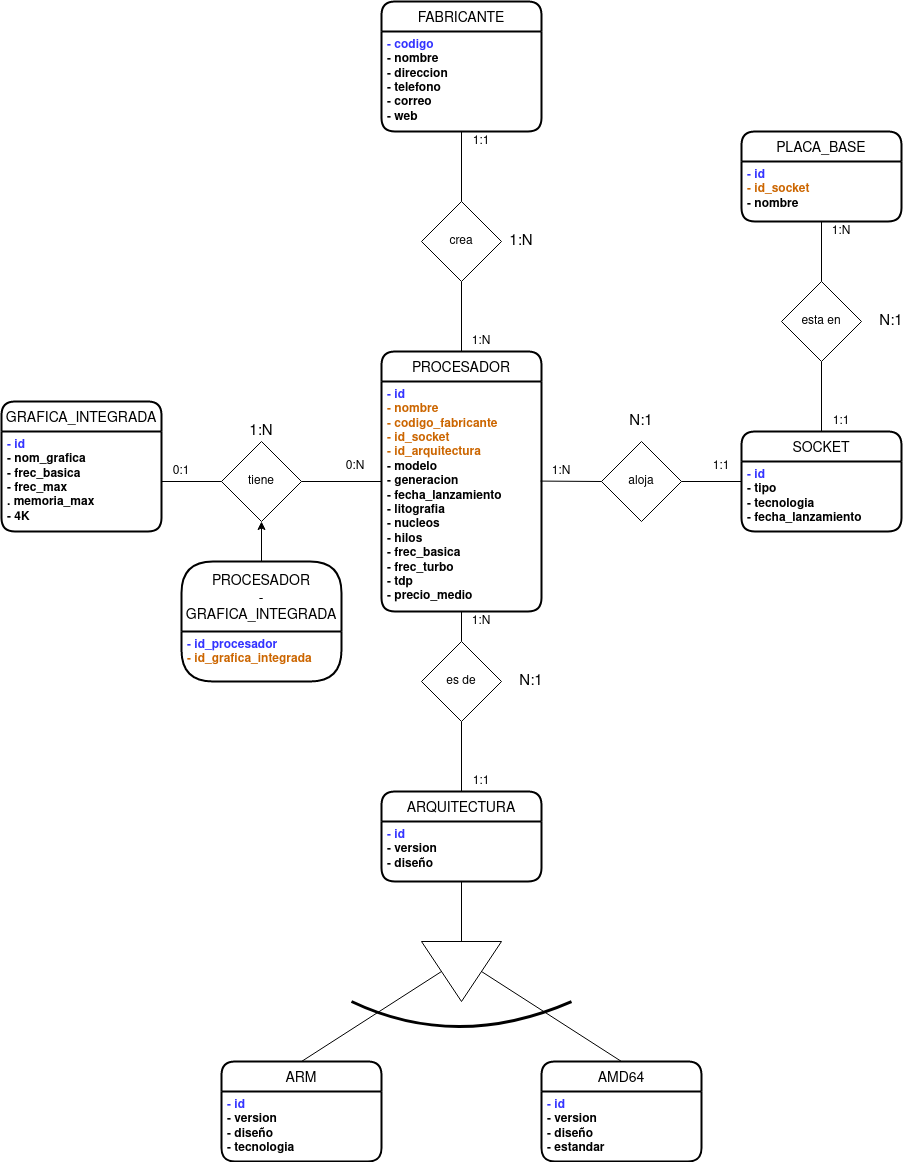
Before: images/paso a tablas.png, a diagram exported from draw.io (Alejandro1901/ProcesadoresDB). Source tidied: cells renumbered, new cells last; positions are measured from the earlier drawing's top-left corner, leaving out a move shared by most shapes.
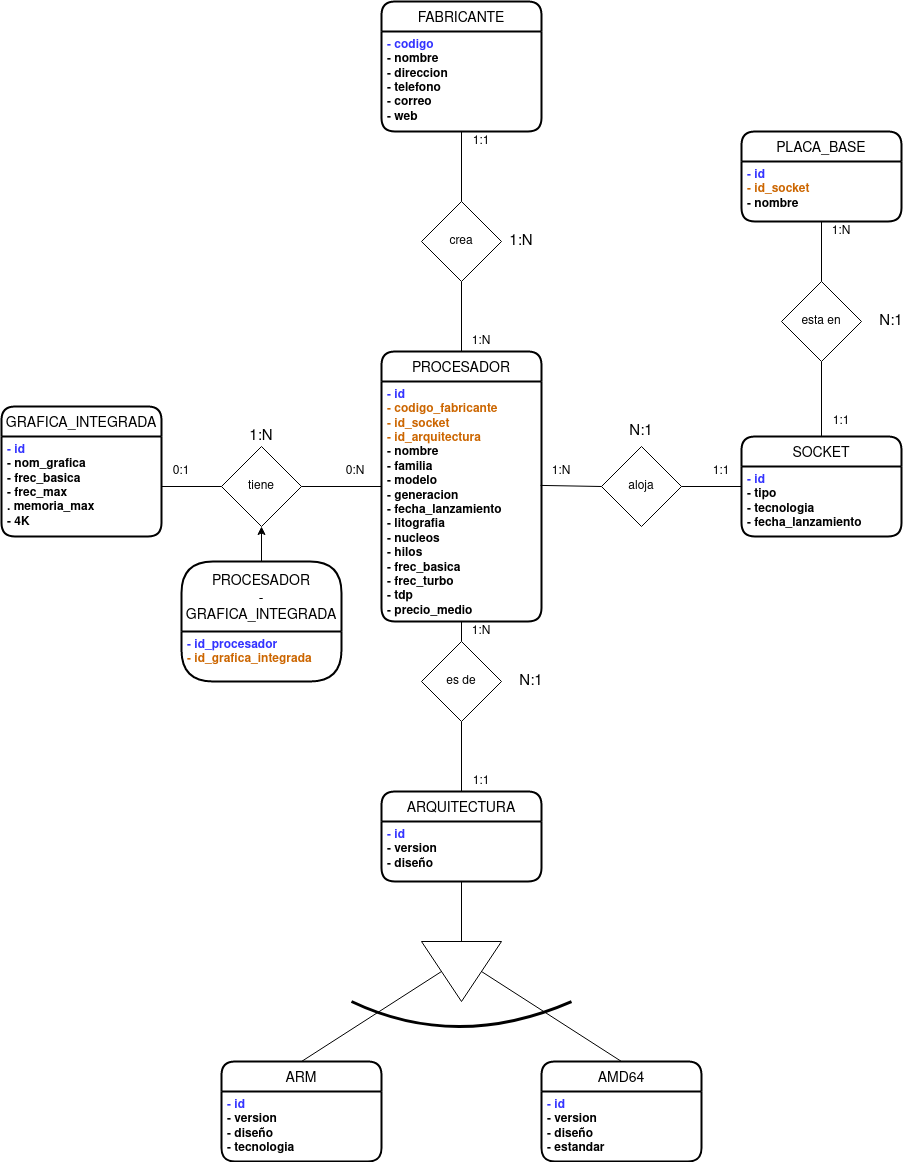
Above is the later version.

Commit message:
cambios en diagramas

Diff of the diagram source:
```diff
@@ -3,19 +3,19 @@
     <mxCell id="0" />
     <mxCell id="1" parent="0" />
     <mxCell id="2" value="PROCESADOR" style="swimlane;horizontal=1;startSize=30;rounded=1;fontSize=14;fontStyle=0;strokeWidth=2;shadow=0;dashed=0;align=center;" parent="1" vertex="1">
-      <mxGeometry x="380" y="350" width="160" height="260" as="geometry" />
+      <mxGeometry x="380" y="350" width="160" height="270" as="geometry" />
     </mxCell>
-    <mxCell id="3" value="&lt;div&gt;- id&lt;br&gt;&lt;/div&gt;&lt;div&gt;&lt;font color=&quot;#CC6600&quot;&gt;- nombre&lt;/font&gt;&lt;/div&gt;&lt;font color=&quot;#CC6600&quot;&gt;- codigo_fabricante&lt;br&gt;- id_socket&lt;br&gt;&lt;/font&gt;&lt;div&gt;&lt;font color=&quot;#CC6600&quot;&gt;- id_arquitectura&lt;/font&gt;&lt;/div&gt;&lt;div&gt;&lt;font color=&quot;#CC6600&quot;&gt;&lt;font color=&quot;#000000&quot;&gt;- modelo&lt;/font&gt;&lt;/font&gt;&lt;/div&gt;&lt;div&gt;&lt;font color=&quot;#CC6600&quot;&gt;&lt;font color=&quot;#000000&quot;&gt;- generacion&lt;/font&gt;&lt;/font&gt;&lt;/div&gt;&lt;div&gt;&lt;font color=&quot;#CC6600&quot;&gt;&lt;font color=&quot;#000000&quot;&gt;- fecha_lanzamiento&lt;/font&gt;&lt;/font&gt;&lt;/div&gt;&lt;div&gt;&lt;font color=&quot;#CC6600&quot;&gt;&lt;font color=&quot;#000000&quot;&gt;- litografia&lt;/font&gt;&lt;/font&gt;&lt;/div&gt;&lt;div&gt;&lt;font color=&quot;#CC6600&quot;&gt;&lt;font color=&quot;#000000&quot;&gt;- nucleos&lt;/font&gt;&lt;/font&gt;&lt;/div&gt;&lt;div&gt;&lt;font color=&quot;#CC6600&quot;&gt;&lt;font color=&quot;#000000&quot;&gt;- hilos&lt;/font&gt;&lt;/font&gt;&lt;/div&gt;&lt;div&gt;&lt;font color=&quot;#CC6600&quot;&gt;&lt;font color=&quot;#000000&quot;&gt;- frec_basica&lt;/font&gt;&lt;/font&gt;&lt;/div&gt;&lt;div&gt;&lt;font color=&quot;#CC6600&quot;&gt;&lt;font color=&quot;#000000&quot;&gt;- frec_turbo&lt;/font&gt;&lt;/font&gt;&lt;/div&gt;&lt;div&gt;&lt;font color=&quot;#CC6600&quot;&gt;&lt;font color=&quot;#000000&quot;&gt;- tdp&lt;/font&gt;&lt;/font&gt;&lt;/div&gt;&lt;div&gt;&lt;font color=&quot;#000000&quot;&gt;- precio_medio&lt;/font&gt;&lt;br&gt;&lt;/div&gt;" style="align=left;strokeColor=none;fillColor=none;spacingLeft=4;fontSize=12;verticalAlign=top;fontStyle=1;fontColor=#3333FF;html=1;" parent="2" vertex="1">
-      <mxGeometry y="30" width="160" height="230" as="geometry" />
+    <mxCell id="3" value="&lt;div&gt;- id&lt;br&gt;&lt;/div&gt;&lt;font color=&quot;#CC6600&quot;&gt;- codigo_fabricante&lt;br&gt;- id_socket&lt;br&gt;&lt;/font&gt;&lt;div&gt;&lt;font color=&quot;#CC6600&quot;&gt;- id_arquitectura&lt;/font&gt;&lt;br&gt;&lt;font color=&quot;#CC6600&quot;&gt;&lt;font color=&quot;#000000&quot;&gt;- nombre&lt;/font&gt;&lt;/font&gt;&lt;/div&gt;&lt;div&gt;&lt;font color=&quot;#CC6600&quot;&gt;&lt;font color=&quot;#000000&quot;&gt;- familia&lt;br&gt;&lt;/font&gt;&lt;/font&gt;&lt;/div&gt;&lt;div&gt;&lt;font color=&quot;#CC6600&quot;&gt;&lt;font color=&quot;#000000&quot;&gt;- modelo&lt;/font&gt;&lt;/font&gt;&lt;/div&gt;&lt;div&gt;&lt;font color=&quot;#CC6600&quot;&gt;&lt;font color=&quot;#000000&quot;&gt;- generacion&lt;/font&gt;&lt;/font&gt;&lt;/div&gt;&lt;div&gt;&lt;font color=&quot;#CC6600&quot;&gt;&lt;font color=&quot;#000000&quot;&gt;- fecha_lanzamiento&lt;/font&gt;&lt;/font&gt;&lt;/div&gt;&lt;div&gt;&lt;font color=&quot;#CC6600&quot;&gt;&lt;font color=&quot;#000000&quot;&gt;- litografia&lt;/font&gt;&lt;/font&gt;&lt;/div&gt;&lt;div&gt;&lt;font color=&quot;#CC6600&quot;&gt;&lt;font color=&quot;#000000&quot;&gt;- nucleos&lt;/font&gt;&lt;/font&gt;&lt;/div&gt;&lt;div&gt;&lt;font color=&quot;#CC6600&quot;&gt;&lt;font color=&quot;#000000&quot;&gt;- hilos&lt;/font&gt;&lt;/font&gt;&lt;/div&gt;&lt;div&gt;&lt;font color=&quot;#CC6600&quot;&gt;&lt;font color=&quot;#000000&quot;&gt;- frec_basica&lt;/font&gt;&lt;/font&gt;&lt;/div&gt;&lt;div&gt;&lt;font color=&quot;#CC6600&quot;&gt;&lt;font color=&quot;#000000&quot;&gt;- frec_turbo&lt;/font&gt;&lt;/font&gt;&lt;/div&gt;&lt;div&gt;&lt;font color=&quot;#CC6600&quot;&gt;&lt;font color=&quot;#000000&quot;&gt;- tdp&lt;/font&gt;&lt;/font&gt;&lt;/div&gt;&lt;div&gt;&lt;font color=&quot;#000000&quot;&gt;- precio_medio&lt;/font&gt;&lt;br&gt;&lt;/div&gt;" style="align=left;strokeColor=none;fillColor=none;spacingLeft=4;fontSize=12;verticalAlign=top;fontStyle=1;fontColor=#3333FF;html=1;" parent="2" vertex="1">
+      <mxGeometry y="30" width="160" height="240" as="geometry" />
     </mxCell>
     <mxCell id="4" value="GRAFICA_INTEGRADA" style="swimlane;horizontal=1;startSize=30;rounded=1;fontSize=14;fontStyle=0;strokeWidth=2;shadow=0;dashed=0;align=center;" parent="1" vertex="1">
-      <mxGeometry y="400" width="160" height="130" as="geometry" />
+      <mxGeometry y="405" width="160" height="130" as="geometry" />
     </mxCell>
     <mxCell id="5" value="&lt;div&gt;- id&lt;/div&gt;&lt;div&gt;&lt;font color=&quot;#000000&quot;&gt;- nom_grafica&lt;/font&gt;&lt;/div&gt;&lt;div&gt;&lt;font color=&quot;#000000&quot;&gt;- frec_basica&lt;/font&gt;&lt;/div&gt;&lt;div&gt;&lt;font color=&quot;#000000&quot;&gt;- frec_max&lt;/font&gt;&lt;/div&gt;&lt;div&gt;&lt;font color=&quot;#000000&quot;&gt;. memoria_max&lt;/font&gt;&lt;/div&gt;&lt;div&gt;&lt;font color=&quot;#000000&quot;&gt;- 4K&lt;/font&gt;&lt;br&gt;&lt;/div&gt;" style="align=left;strokeColor=none;fillColor=none;spacingLeft=4;fontSize=12;verticalAlign=top;fontStyle=1;fontColor=#3333FF;html=1;" parent="4" vertex="1">
       <mxGeometry y="30" width="160" height="100" as="geometry" />
     </mxCell>
     <mxCell id="6" value="SOCKET" style="swimlane;horizontal=1;startSize=30;rounded=1;fontSize=14;fontStyle=0;strokeWidth=2;shadow=0;dashed=0;align=center;" parent="1" vertex="1">
-      <mxGeometry x="740" y="430" width="160" height="100" as="geometry" />
+      <mxGeometry x="740" y="435" width="160" height="100" as="geometry" />
     </mxCell>
     <mxCell id="7" value="&lt;div&gt;- id&lt;/div&gt;&lt;div&gt;&lt;font color=&quot;#000000&quot;&gt;- tipo&lt;/font&gt;&lt;/div&gt;&lt;div&gt;&lt;font color=&quot;#000000&quot;&gt;- tecnologia&lt;/font&gt;&lt;/div&gt;&lt;div&gt;&lt;font color=&quot;#000000&quot;&gt;- fecha_lanzamiento&lt;/font&gt;&lt;br&gt;&lt;/div&gt;" style="align=left;strokeColor=none;fillColor=none;spacingLeft=4;fontSize=12;verticalAlign=top;fontStyle=1;fontColor=#3333FF;html=1;" parent="6" vertex="1">
       <mxGeometry y="30" width="160" height="70" as="geometry" />
@@ -45,7 +45,7 @@
       <mxGeometry y="30" width="160" height="70" as="geometry" />
     </mxCell>
     <mxCell id="16" value="&lt;div align=&quot;center&quot;&gt;tiene&lt;/div&gt;" style="rhombus;whiteSpace=wrap;html=1;align=center;" parent="1" vertex="1">
-      <mxGeometry x="220" y="440" width="80" height="80" as="geometry" />
+      <mxGeometry x="220" y="445" width="80" height="80" as="geometry" />
     </mxCell>
     <mxCell id="17" style="endArrow=none;html=1;fontColor=#000000;exitX=1;exitY=0.5;exitDx=0;exitDy=0;entryX=0;entryY=0.5;entryDx=0;entryDy=0;" parent="1" edge="1" source="16" target="2">
       <mxGeometry relative="1" as="geometry" />
@@ -54,7 +54,7 @@
       <mxGeometry relative="1" as="geometry" />
     </mxCell>
     <mxCell id="19" value="&lt;div align=&quot;center&quot;&gt;aloja&lt;/div&gt;" style="rhombus;whiteSpace=wrap;html=1;fontColor=#000000;align=center;" parent="1" vertex="1">
-      <mxGeometry x="600" y="440" width="80" height="80" as="geometry" />
+      <mxGeometry x="600" y="445" width="80" height="80" as="geometry" />
     </mxCell>
     <mxCell id="20" value="crea" style="rhombus;whiteSpace=wrap;html=1;fontColor=#000000;align=center;" parent="1" vertex="1">
       <mxGeometry x="420" y="200" width="80" height="80" as="geometry" />
@@ -114,13 +114,13 @@
       <mxGeometry x="160" y="460" width="40" height="20" as="geometry" />
     </mxCell>
     <mxCell id="37" value="0:N" style="text;html=1;strokeColor=none;fillColor=none;align=center;verticalAlign=middle;whiteSpace=wrap;rounded=0;fontColor=#000000;" parent="1" vertex="1">
-      <mxGeometry x="334" y="455" width="40" height="20" as="geometry" />
+      <mxGeometry x="334" y="460" width="40" height="20" as="geometry" />
     </mxCell>
     <mxCell id="38" value="&lt;font style=&quot;font-size: 15px&quot;&gt;1:N&lt;/font&gt;" style="text;html=1;strokeColor=none;fillColor=none;align=center;verticalAlign=middle;whiteSpace=wrap;rounded=0;fontColor=#000000;" parent="1" vertex="1">
-      <mxGeometry x="240" y="420" width="40" height="20" as="geometry" />
+      <mxGeometry x="240" y="425" width="40" height="20" as="geometry" />
     </mxCell>
     <mxCell id="39" value="1:1" style="text;html=1;strokeColor=none;fillColor=none;align=center;verticalAlign=middle;whiteSpace=wrap;rounded=0;fontColor=#000000;" parent="1" vertex="1">
-      <mxGeometry x="700" y="455" width="40" height="20" as="geometry" />
+      <mxGeometry x="700" y="460" width="40" height="20" as="geometry" />
     </mxCell>
     <mxCell id="40" value="PLACA_BASE" style="swimlane;horizontal=1;startSize=30;rounded=1;fontSize=14;fontStyle=0;strokeWidth=2;shadow=0;dashed=0;align=center;" parent="1" vertex="1">
       <mxGeometry x="740" y="130" width="160" height="90" as="geometry" />
@@ -141,7 +141,7 @@
       <mxGeometry x="540" y="460" width="40" height="20" as="geometry" />
     </mxCell>
     <mxCell id="46" value="&lt;font style=&quot;font-size: 15px&quot;&gt;N:1&lt;/font&gt;" style="text;html=1;strokeColor=none;fillColor=none;align=center;verticalAlign=middle;whiteSpace=wrap;rounded=0;fontColor=#000000;" parent="1" vertex="1">
-      <mxGeometry x="620" y="410" width="40" height="20" as="geometry" />
+      <mxGeometry x="620" y="420" width="40" height="20" as="geometry" />
     </mxCell>
     <mxCell id="47" value="1:1" style="text;html=1;strokeColor=none;fillColor=none;align=center;verticalAlign=middle;whiteSpace=wrap;rounded=0;fontColor=#000000;" parent="1" vertex="1">
       <mxGeometry x="820" y="410" width="40" height="20" as="geometry" />
@@ -156,7 +156,7 @@
       <mxGeometry x="460" y="770" width="40" height="20" as="geometry" />
     </mxCell>
     <mxCell id="51" value="1:N" style="text;html=1;strokeColor=none;fillColor=none;align=center;verticalAlign=middle;whiteSpace=wrap;rounded=0;fontColor=#000000;" parent="1" vertex="1">
-      <mxGeometry x="460" y="610" width="40" height="20" as="geometry" />
+      <mxGeometry x="460" y="620" width="40" height="20" as="geometry" />
     </mxCell>
     <mxCell id="52" value="&lt;font style=&quot;font-size: 15px&quot;&gt;N:1&lt;/font&gt;" style="text;html=1;strokeColor=none;fillColor=none;align=center;verticalAlign=middle;whiteSpace=wrap;rounded=0;fontColor=#000000;" parent="1" vertex="1">
       <mxGeometry x="510" y="670" width="40" height="20" as="geometry" />
```
